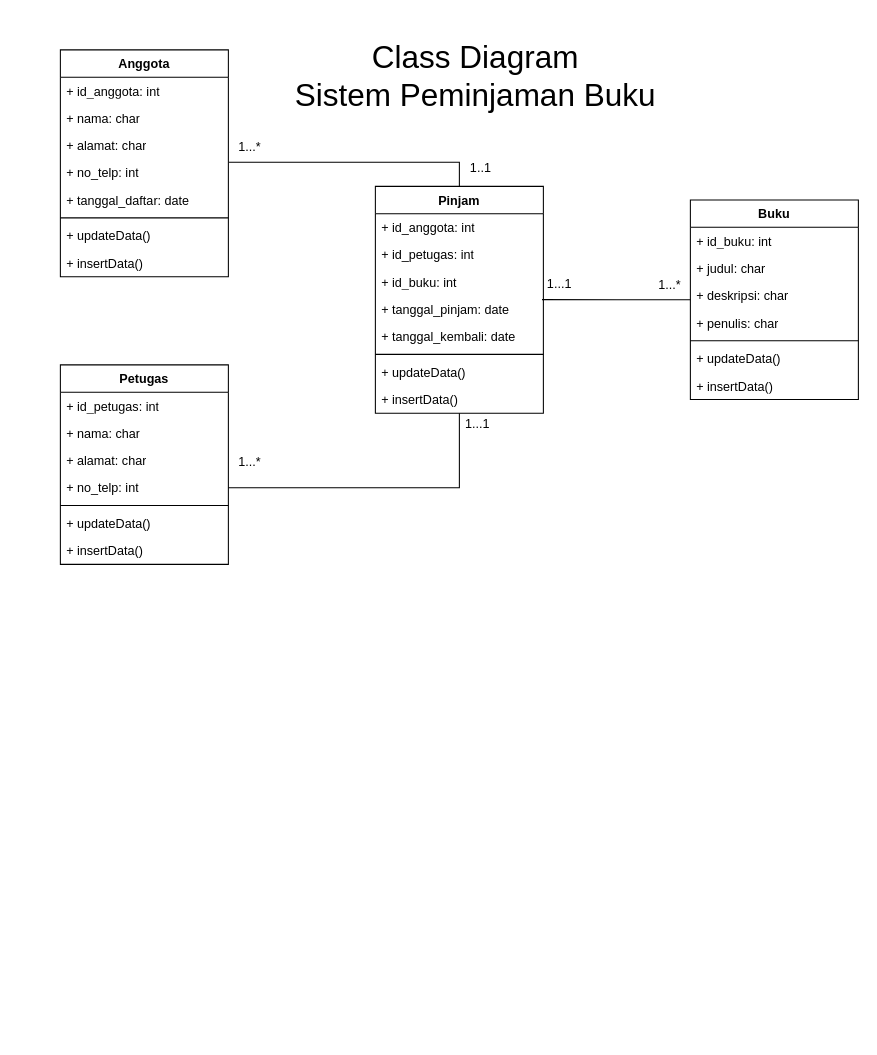
InformatikaUAD/appl keeps this draw.io diagram as page "langkah-praktikum" (1 of 2) of class_diagram_peminjaman_buku.drawio. Above is the earlier version. Source tidied: cells renumbered, new cells numbered last; positions are measured from the earlier drawing's top-left corner, leaving out a move shared by most shapes. Both pictures are drawn from the tidied source at 105%, with x=0, y=0 at pixel (60, 28).
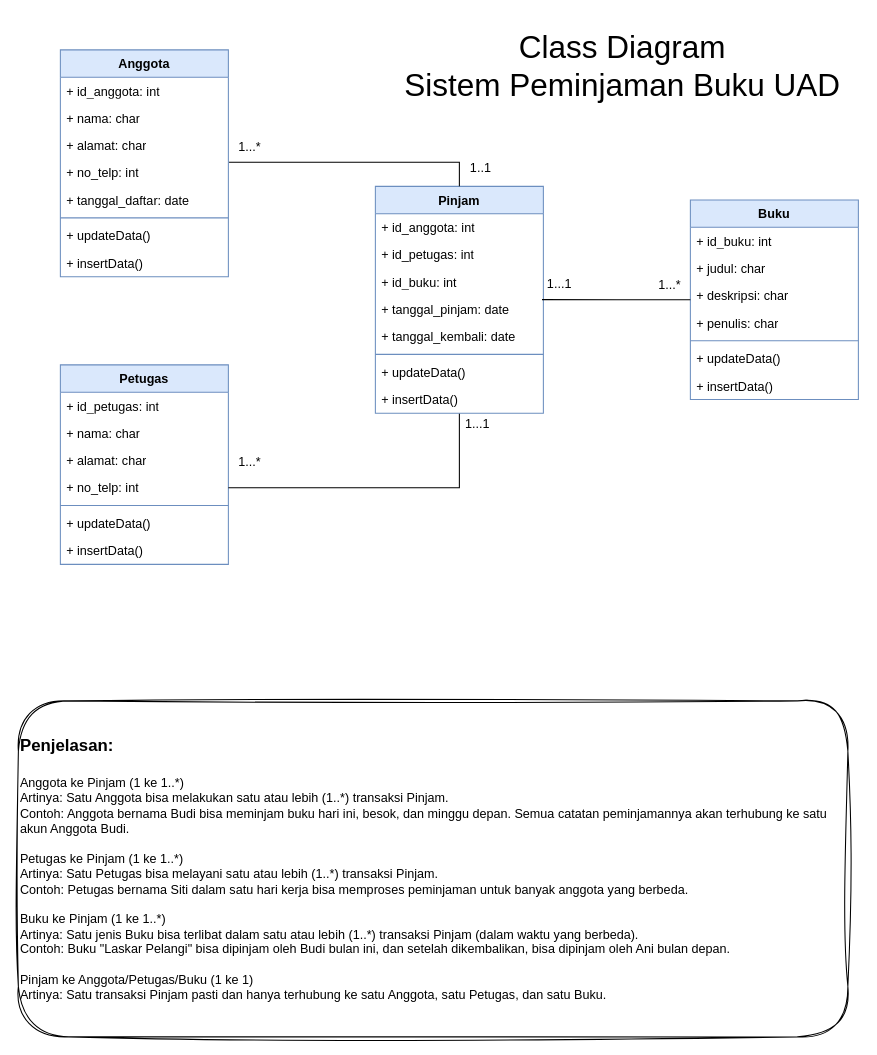
Above is the later version.

Diff of the diagram source:
```diff
@@
-    <mxCell id="2" value="Petugas" style="swimlane;fontStyle=1;align=center;verticalAlign=top;horizontal=1;startSize=26;whiteSpace=wrap;html=1;" parent="1" vertex="1">
+    <mxCell id="2" value="Petugas" style="swimlane;fontStyle=1;align=center;verticalAlign=top;horizontal=1;startSize=26;whiteSpace=wrap;html=1;fillColor=#dae8fc;strokeColor=#6c8ebf;" parent="1" vertex="1">
       <mxGeometry y="320" width="160" height="190" as="geometry" />
     </mxCell>
@@
-    <mxCell id="10" value="Anggota" style="swimlane;fontStyle=1;align=center;verticalAlign=top;horizontal=1;startSize=26;whiteSpace=wrap;html=1;" parent="1" vertex="1">
+    <mxCell id="10" value="Anggota" style="swimlane;fontStyle=1;align=center;verticalAlign=top;horizontal=1;startSize=26;whiteSpace=wrap;html=1;fillColor=#dae8fc;strokeColor=#6c8ebf;" parent="1" vertex="1">
       <mxGeometry y="20" width="160" height="216" as="geometry" />
     </mxCell>
@@
-    <mxCell id="20" value="Pinjam" style="swimlane;fontStyle=1;align=center;verticalAlign=top;horizontal=1;startSize=26;whiteSpace=wrap;html=1;" parent="1" vertex="1">
+    <mxCell id="20" value="Pinjam" style="swimlane;fontStyle=1;align=center;verticalAlign=top;horizontal=1;startSize=26;whiteSpace=wrap;html=1;fillColor=#dae8fc;strokeColor=#6c8ebf;" parent="1" vertex="1">
       <mxGeometry x="300" y="150" width="160" height="216" as="geometry" />
     </mxCell>
@@
-    <mxCell id="29" value="Buku" style="swimlane;fontStyle=1;align=center;verticalAlign=top;horizontal=1;startSize=26;whiteSpace=wrap;html=1;" parent="1" vertex="1">
+    <mxCell id="29" value="Buku" style="swimlane;fontStyle=1;align=center;verticalAlign=top;horizontal=1;startSize=26;whiteSpace=wrap;html=1;fillColor=#dae8fc;strokeColor=#6c8ebf;" parent="1" vertex="1">
       <mxGeometry x="600" y="163" width="160" height="190" as="geometry" />
     </mxCell>
@@
-    <mxCell id="39" value="&lt;font style=&quot;font-size: 30px;&quot;&gt;Class Diagram&lt;/font&gt;&lt;div&gt;&lt;font style=&quot;font-size: 30px;&quot;&gt;Sistem Peminjaman Buku&lt;/font&gt;&lt;/div&gt;" style="text;html=1;align=center;verticalAlign=middle;strokeColor=none;fillColor=none;" parent="1" vertex="1">
-      <mxGeometry x="210" width="370" height="90" as="geometry" />
+    <mxCell id="39" value="&lt;font style=&quot;font-size: 30px; background-color: light-dark(#ffffff, var(--ge-dark-color, #121212));&quot;&gt;Class Diagram&lt;/font&gt;&lt;div&gt;&lt;font style=&quot;font-size: 30px; background-color: light-dark(#ffffff, var(--ge-dark-color, #121212));&quot;&gt;Sistem Peminjaman Buku UAD&lt;/font&gt;&lt;/div&gt;" style="text;html=1;align=center;verticalAlign=middle;strokeColor=none;fillColor=none;" parent="1" vertex="1">
+      <mxGeometry x="315" y="-10" width="440" height="90" as="geometry" />
     </mxCell>
@@
+    <mxCell id="46" value="&lt;b&gt;&lt;font style=&quot;font-size: 16px;&quot;&gt;Penjelasan:&lt;/font&gt;&lt;/b&gt;&lt;div&gt;&lt;span style=&quot;font-size: 16px;&quot;&gt;&lt;b&gt;&lt;br&gt;&lt;/b&gt;&lt;/span&gt;&lt;div&gt;&lt;div&gt;&lt;span style=&quot;background-color: light-dark(#ffffff, var(--ge-dark-color, #121212));&quot;&gt;Anggota ke Pinjam (1 ke 1..*)&lt;/span&gt;&lt;/div&gt;&lt;div&gt;&lt;span style=&quot;background-color: transparent; color: light-dark(rgb(0, 0, 0), rgb(255, 255, 255));&quot;&gt;Artinya: Satu Anggota bisa melakukan satu atau lebih (1..*) transaksi Pinjam.&lt;/span&gt;&lt;/div&gt;&lt;div&gt;Contoh: Anggota bernama Budi bisa meminjam buku hari ini, besok, dan minggu depan. Semua catatan peminjamannya akan terhubung ke satu akun Anggota Budi.&lt;/div&gt;&lt;div&gt;&lt;br&gt;&lt;/div&gt;&lt;div&gt;Petugas ke Pinjam (1 ke 1..*)&lt;/div&gt;&lt;div&gt;&lt;span style=&quot;background-color: transparent; color: light-dark(rgb(0, 0, 0), rgb(255, 255, 255));&quot;&gt;Artinya: Satu Petugas bisa melayani satu atau lebih (1..*) transaksi Pinjam.&lt;/span&gt;&lt;/div&gt;&lt;div&gt;Contoh: Petugas bernama Siti dalam satu hari kerja bisa memproses peminjaman untuk banyak anggota yang berbeda.&lt;/div&gt;&lt;div&gt;&lt;br&gt;&lt;/div&gt;&lt;div&gt;Buku ke Pinjam (1 ke 1..*)&lt;/div&gt;&lt;div&gt;&lt;span style=&quot;background-color: transparent; color: light-dark(rgb(0, 0, 0), rgb(255, 255, 255));&quot;&gt;Artinya: Satu jenis Buku bisa terlibat dalam satu atau lebih (1..*) transaksi Pinjam (dalam waktu yang berbeda).&lt;/span&gt;&lt;/div&gt;&lt;div&gt;Contoh: Buku &quot;Laskar Pelangi&quot; bisa dipinjam oleh Budi bulan ini, dan setelah dikembalikan, bisa dipinjam oleh Ani bulan depan.&lt;/div&gt;&lt;div&gt;&lt;br&gt;&lt;/div&gt;&lt;div&gt;Pinjam ke Anggota/Petugas/Buku (1 ke 1)&lt;/div&gt;&lt;div&gt;&lt;span style=&quot;background-color: transparent; color: light-dark(rgb(0, 0, 0), rgb(255, 255, 255));&quot;&gt;Artinya: Satu transaksi Pinjam pasti dan hanya terhubung ke satu Anggota, satu Petugas, dan satu Buku.&lt;/span&gt;&lt;/div&gt;&lt;/div&gt;&lt;/div&gt;" style="whiteSpace=wrap;html=1;align=left;sketch=1;curveFitting=1;jiggle=2;shadow=0;rounded=1;glass=0;" parent="1" vertex="1">
+      <mxGeometry x="-40" y="640" width="790" height="320" as="geometry" />
+    </mxCell>
```
